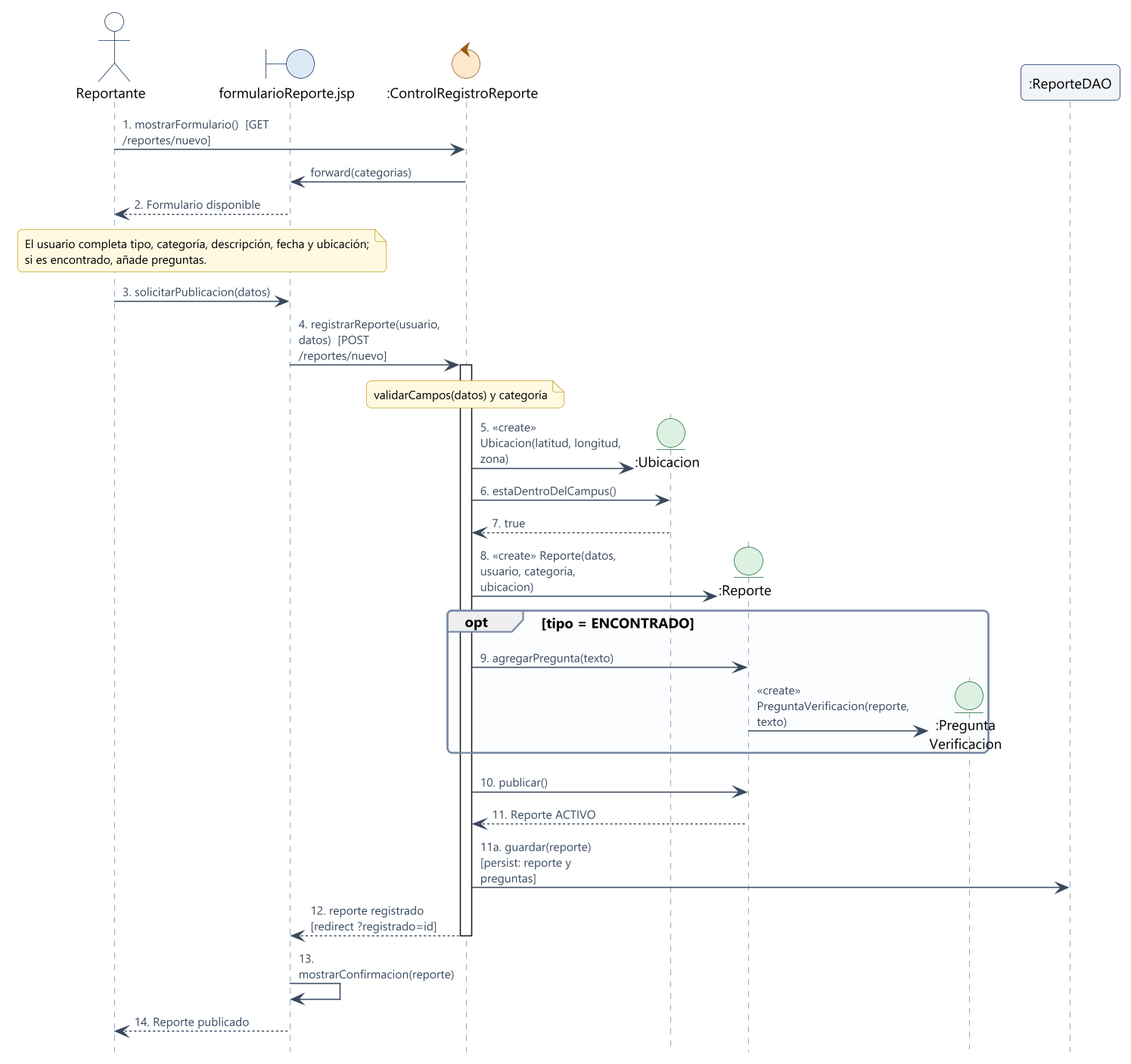
This is docs/modelos/img/sec-01.png from JoelAlexanderProg/GR05_1BT3_622_26B, a PlantUML export, as it was before one commit.
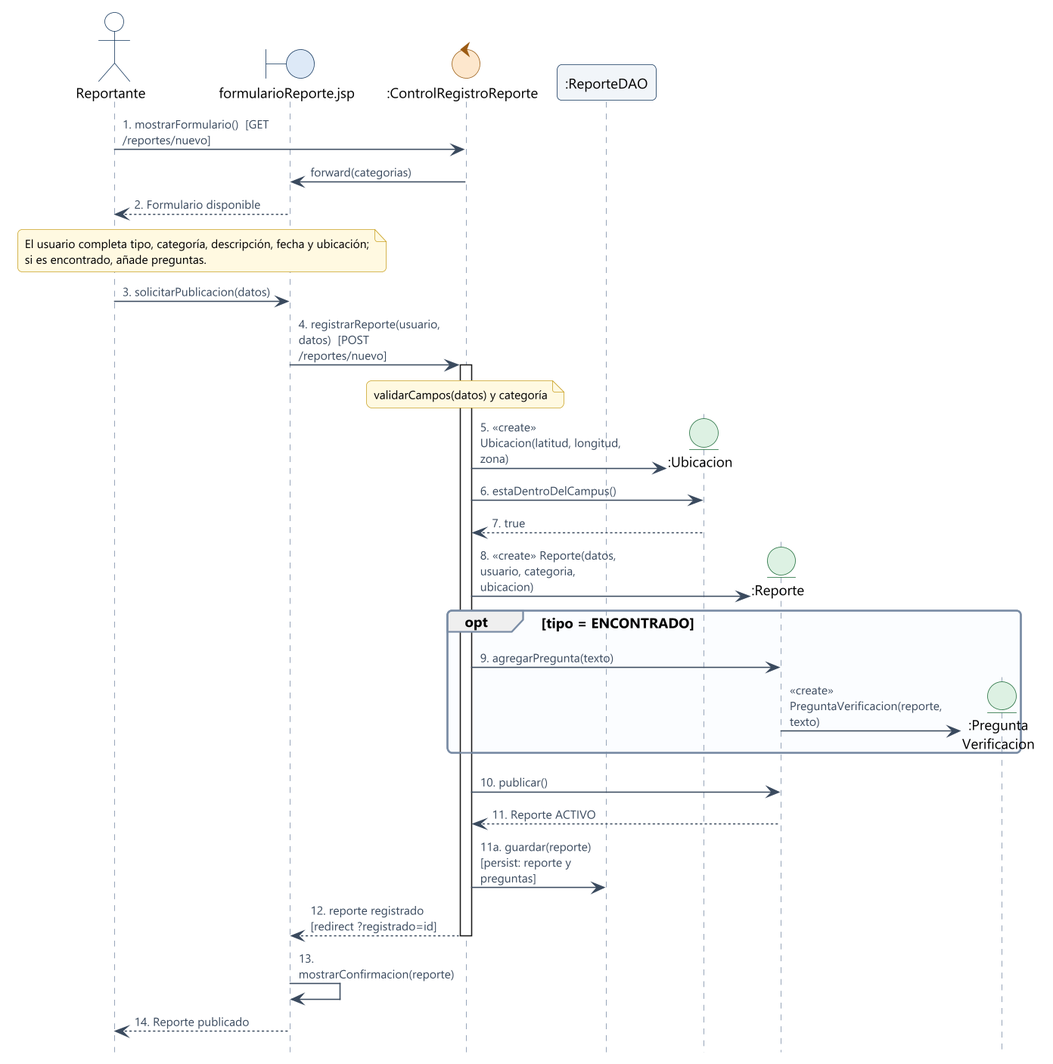
Above is the later version.

Diff of the diagram source:
```diff
@@ -5,10 +5,10 @@
 actor "Reportante" as R
 boundary "formularioReporte.jsp" as F
 control ":ControlRegistroReporte" as C
+participant ":ReporteDAO" as D
 entity ":Ubicacion" as U
 entity ":Reporte" as RP
 entity ":Pregunta\nVerificacion" as P
-participant ":ReporteDAO" as D
 
 R -> C : 1. mostrarFormulario()  [GET /reportes/nuevo]
 C -> F : forward(categorias)
```
